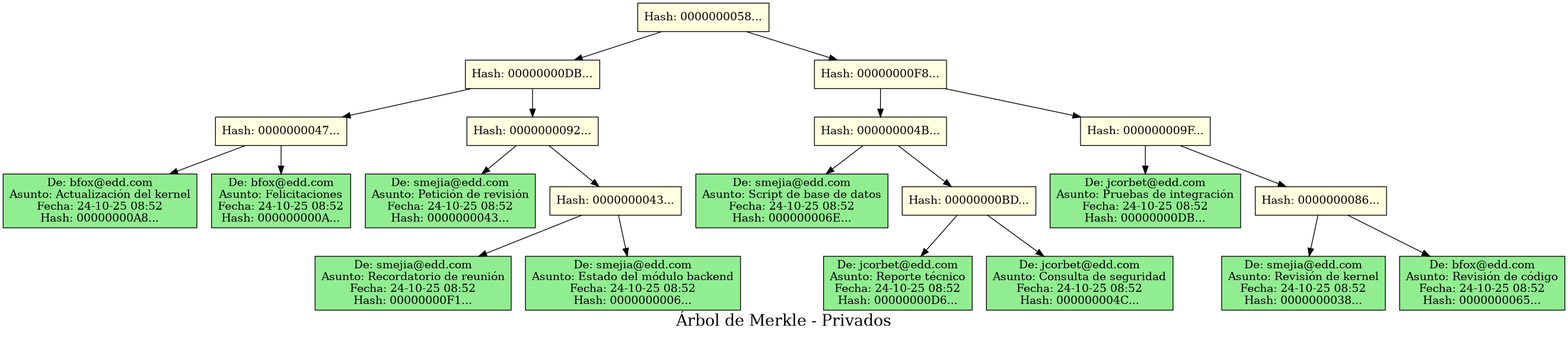
The Graphviz diagram Fase1/src/lgarcia-Reportes/merkle_tree.png in JoseArt777/-EDD-1S2025_202100305, before a commit. Its source is kept beside it as Fase1/src/lgarcia-Reportes/merkle_tree.dot.
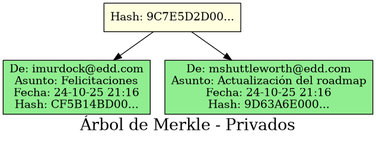
After the commit.

The edit, as a diff of the source:
```diff
@@ -4,45 +4,9 @@
     node [shape=box, style=filled];
     rankdir=TB;
 
-    node0 [label="Hash: 0000000058...", fillcolor=lightyellow];
-    node1 [label="Hash: 00000000DB...", fillcolor=lightyellow];
-    node2 [label="Hash: 0000000047...", fillcolor=lightyellow];
-    node3 [label="De: bfox@edd.com\nAsunto: Actualización del kernel\nFecha: 24-10-25 08:52\nHash: 00000000A8...", fillcolor=lightgreen];
-    node2 -> node3;
-    node4 [label="De: bfox@edd.com\nAsunto: Felicitaciones\nFecha: 24-10-25 08:52\nHash: 000000000A...", fillcolor=lightgreen];
-    node2 -> node4;
-    node1 -> node2;
-    node5 [label="Hash: 0000000092...", fillcolor=lightyellow];
-    node6 [label="De: smejia@edd.com\nAsunto: Petición de revisión\nFecha: 24-10-25 08:52\nHash: 0000000043...", fillcolor=lightgreen];
-    node5 -> node6;
-    node7 [label="Hash: 0000000043...", fillcolor=lightyellow];
-    node8 [label="De: smejia@edd.com\nAsunto: Recordatorio de reunión\nFecha: 24-10-25 08:52\nHash: 00000000F1...", fillcolor=lightgreen];
-    node7 -> node8;
-    node9 [label="De: smejia@edd.com\nAsunto: Estado del módulo backend\nFecha: 24-10-25 08:52\nHash: 0000000006...", fillcolor=lightgreen];
-    node7 -> node9;
-    node5 -> node7;
-    node1 -> node5;
+    node0 [label="Hash: 9C7E5D2D00...", fillcolor=lightyellow];
+    node1 [label="De: imurdock@edd.com\nAsunto: Felicitaciones\nFecha: 24-10-25 21:16\nHash: CF5B14BD00...", fillcolor=lightgreen];
     node0 -> node1;
-    node10 [label="Hash: 00000000F8...", fillcolor=lightyellow];
-    node11 [label="Hash: 000000004B...", fillcolor=lightyellow];
-    node12 [label="De: smejia@edd.com\nAsunto: Script de base de datos\nFecha: 24-10-25 08:52\nHash: 000000006E...", fillcolor=lightgreen];
-    node11 -> node12;
-    node13 [label="Hash: 00000000BD...", fillcolor=lightyellow];
-    node14 [label="De: jcorbet@edd.com\nAsunto: Reporte técnico\nFecha: 24-10-25 08:52\nHash: 00000000D6...", fillcolor=lightgreen];
-    node13 -> node14;
-    node15 [label="De: jcorbet@edd.com\nAsunto: Consulta de seguridad\nFecha: 24-10-25 08:52\nHash: 000000004C...", fillcolor=lightgreen];
-    node13 -> node15;
-    node11 -> node13;
-    node10 -> node11;
-    node16 [label="Hash: 000000009F...", fillcolor=lightyellow];
-    node17 [label="De: jcorbet@edd.com\nAsunto: Pruebas de integración\nFecha: 24-10-25 08:52\nHash: 00000000DB...", fillcolor=lightgreen];
-    node16 -> node17;
-    node18 [label="Hash: 0000000086...", fillcolor=lightyellow];
-    node19 [label="De: smejia@edd.com\nAsunto: Revisión de kernel\nFecha: 24-10-25 08:52\nHash: 0000000038...", fillcolor=lightgreen];
-    node18 -> node19;
-    node20 [label="De: bfox@edd.com\nAsunto: Revisión de código\nFecha: 24-10-25 08:52\nHash: 0000000065...", fillcolor=lightgreen];
-    node18 -> node20;
-    node16 -> node18;
-    node10 -> node16;
-    node0 -> node10;
+    node2 [label="De: mshuttleworth@edd.com\nAsunto: Actualización del roadmap\nFecha: 24-10-25 21:16\nHash: 9D63A6E000...", fillcolor=lightgreen];
+    node0 -> node2;
 }
```
